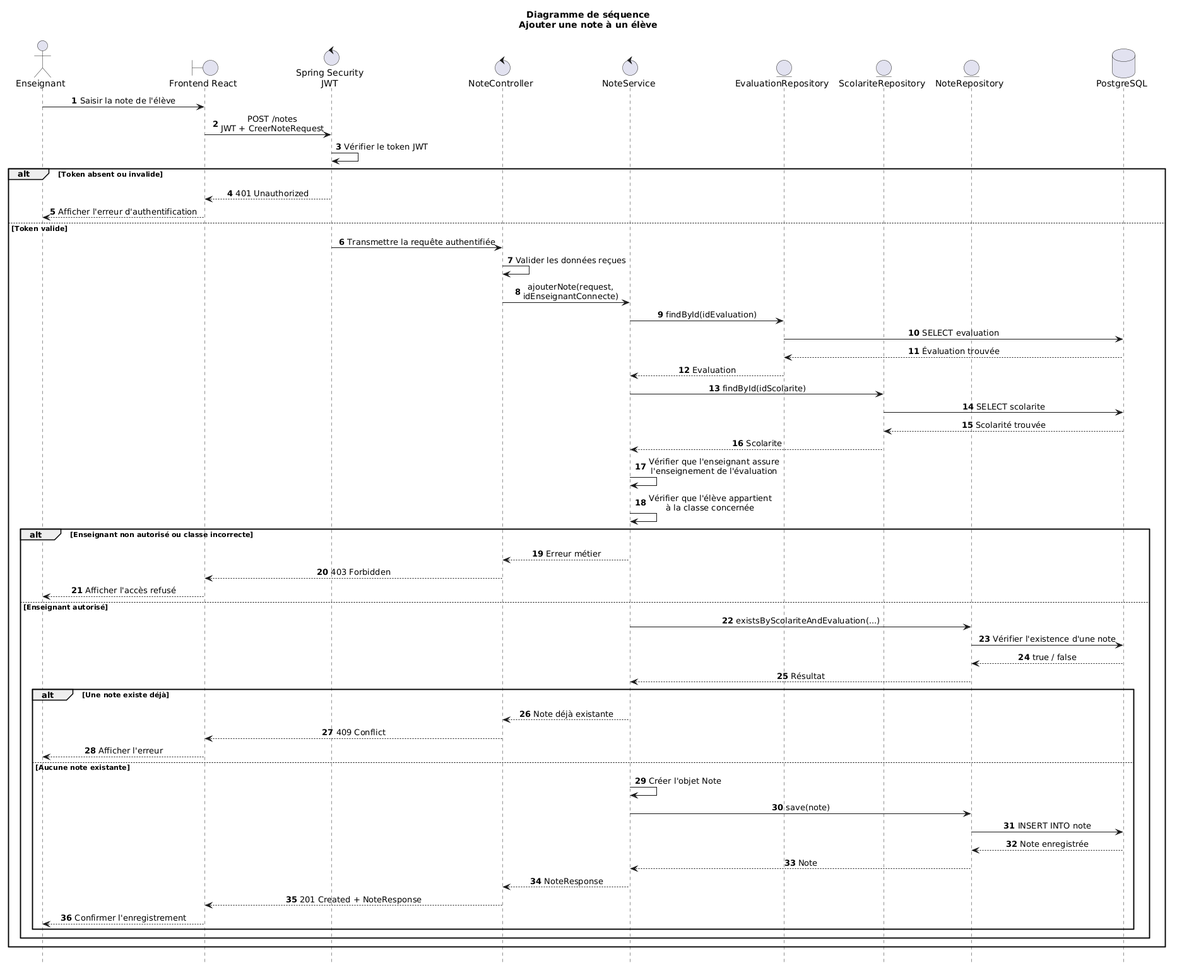
The PlantUML diagram docs/uml/sequence-ajouter-note.png in Florian2524/gestion-eleves, before a commit.
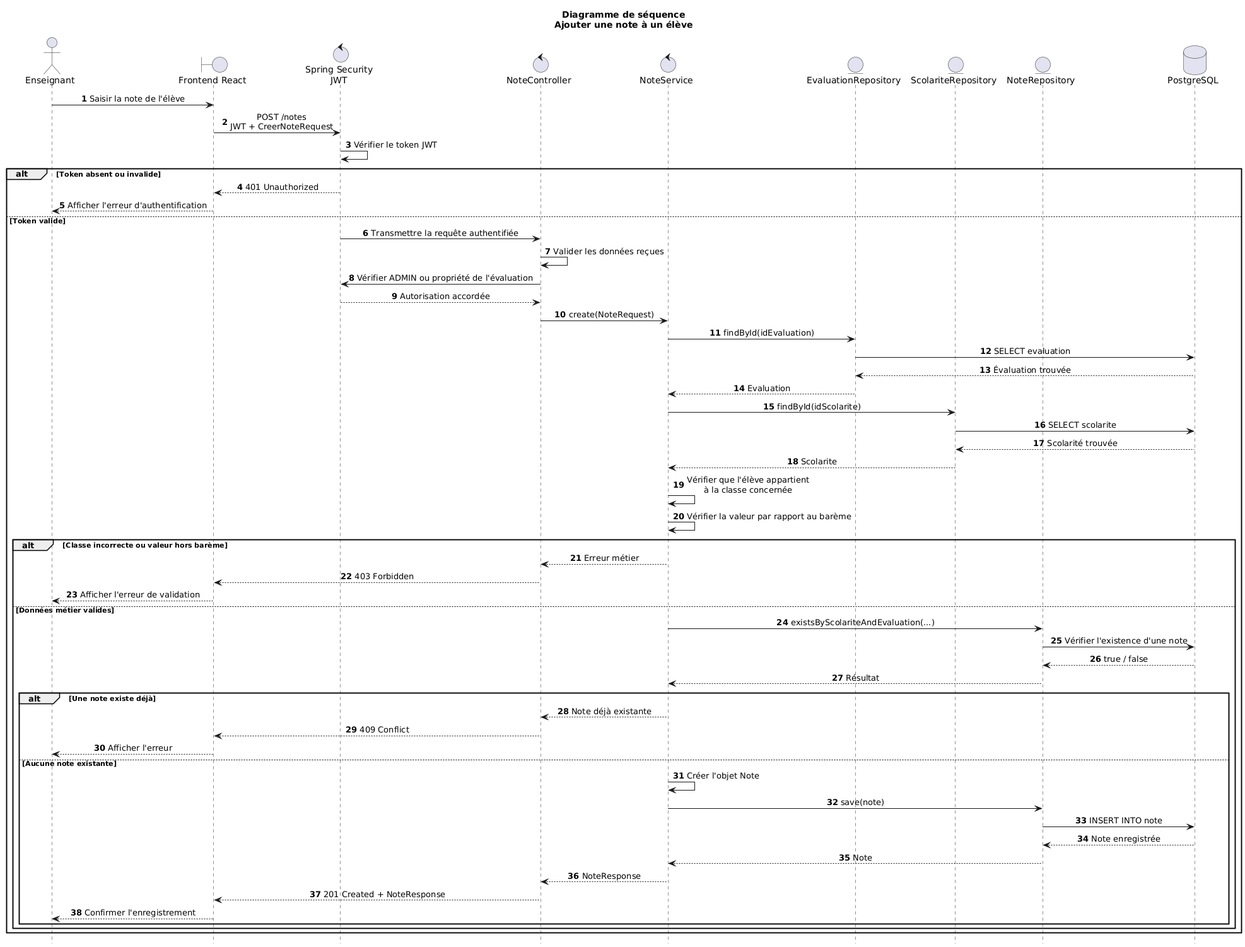
Above is the later version.

The edit, as a diff of the source:
```diff
@@ -1,4 +1,5 @@
 @startuml
+!pragma layout smetana
 hide footbox
 title Diagramme de séquence\nAjouter une note à un élève
 
@@ -36,7 +37,9 @@
     Security -> Controller : Transmettre la requête authentifiée
 
     Controller -> Controller : Valider les données reçues
-    Controller -> Service : ajouterNote(request,\nidEnseignantConnecte)
+    Controller -> Security : Vérifier ADMIN ou propriété de l'évaluation
+    Security --> Controller : Autorisation accordée
+    Controller -> Service : create(NoteRequest)
 
     Service -> EvaluationRepository : findById(idEvaluation)
     EvaluationRepository -> Database : SELECT evaluation
@@ -48,16 +51,16 @@
     Database --> ScolariteRepository : Scolarité trouvée
     ScolariteRepository --> Service : Scolarite
 
-    Service -> Service : Vérifier que l'enseignant assure\nl'enseignement de l'évaluation
     Service -> Service : Vérifier que l'élève appartient\nà la classe concernée
+    Service -> Service : Vérifier la valeur par rapport au barème
 
-    alt Enseignant non autorisé ou classe incorrecte
+    alt Classe incorrecte ou valeur hors barème
 
         Service --> Controller : Erreur métier
         Controller --> Frontend : 403 Forbidden
-        Frontend --> Enseignant : Afficher l'accès refusé
+        Frontend --> Enseignant : Afficher l'erreur de validation
 
-    else Enseignant autorisé
+    else Données métier valides
 
         Service -> NoteRepository : existsByScolariteAndEvaluation(...)
         NoteRepository -> Database : Vérifier l'existence d'une note
@@ -85,4 +88,5 @@
         end
     end
 end
+
 @enduml
```
